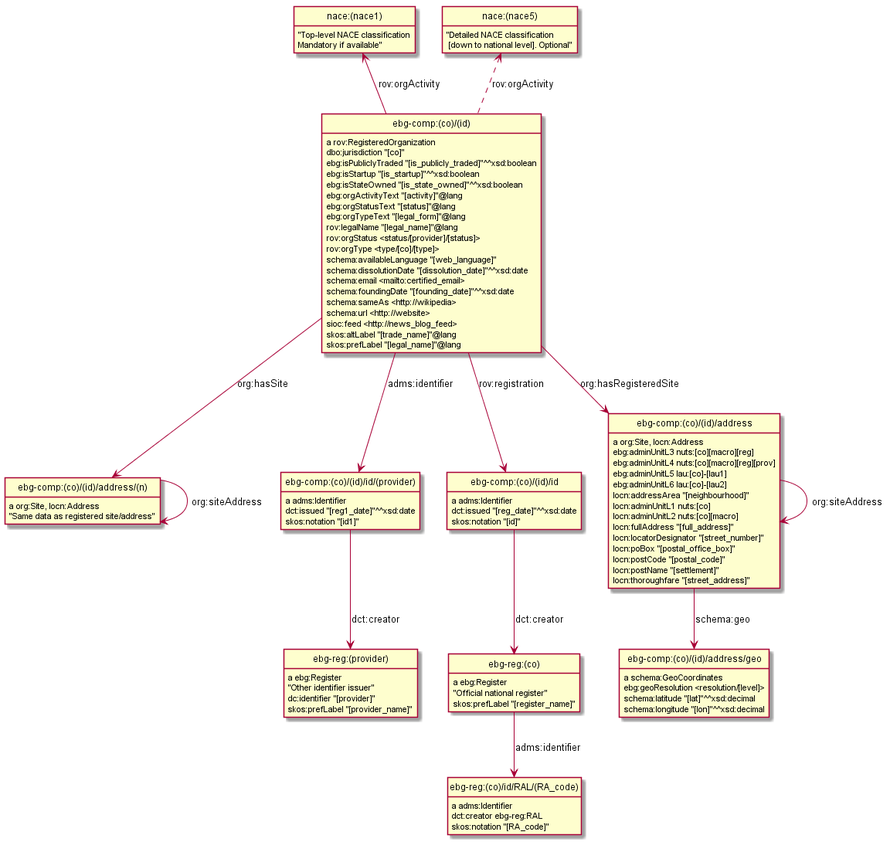
Above: model/company.png in euBusinessGraph/eubg-data (PlantUML), before the change.
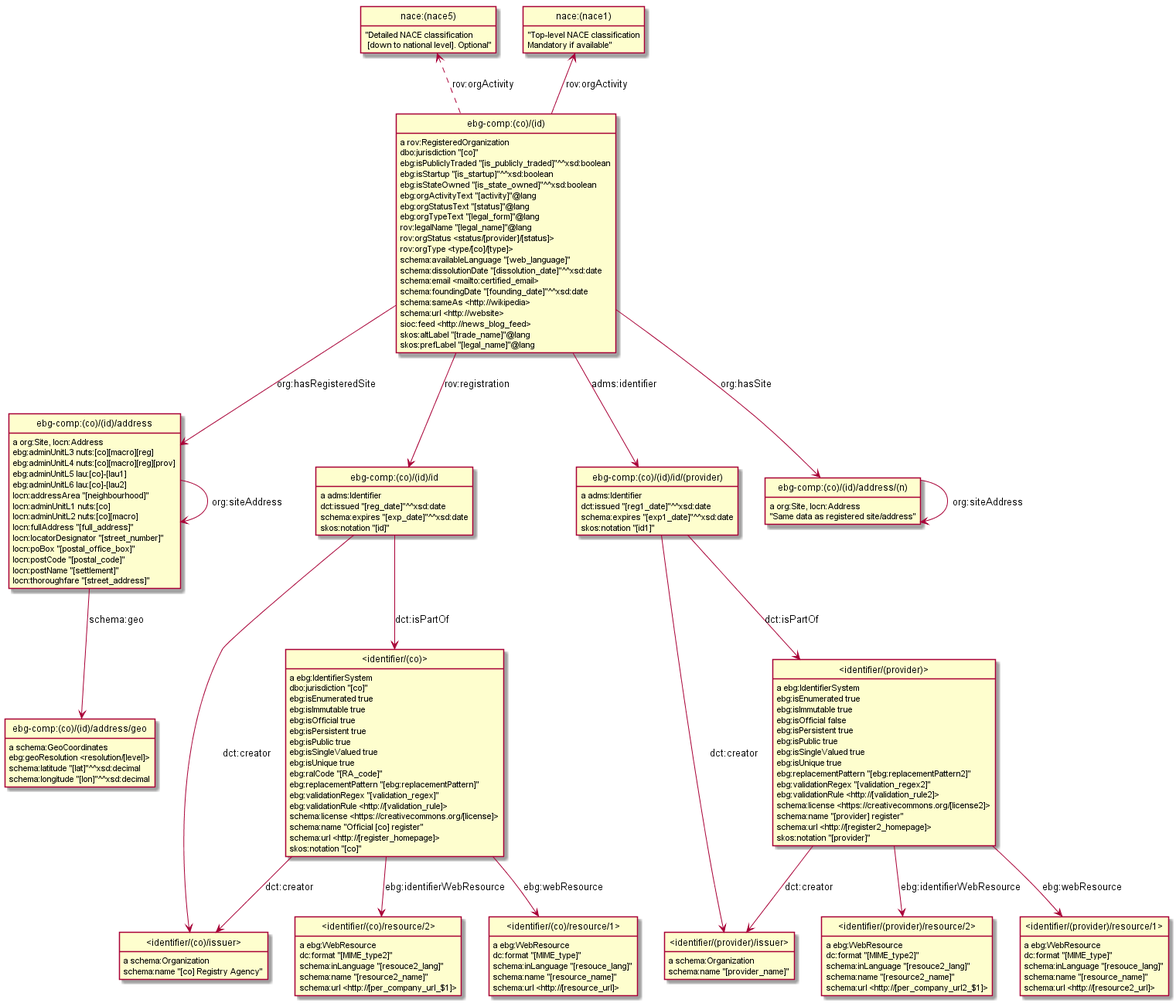
The same file after the commit.

The edit, as a diff of the source:
```diff
@@ -3,29 +3,20 @@
 hide empty attributes
 hide circle
 skinparam classAttributeIconSize 0
-class ebg_reg_co_ as "ebg-reg:(co)"
-ebg_reg_co_ : a ebg:Register
-class ebg_reg_co_id_RAL_RA_code_ as "ebg-reg:(co)/id/RAL/(RA_code)"
-ebg_reg_co_ --> ebg_reg_co_id_RAL_RA_code_ : adms:identifier
-ebg_reg_co_ :  "Official national register"
-ebg_reg_co_ : skos:prefLabel "[register_name]"
-ebg_reg_co_id_RAL_RA_code_ : a adms:Identifier
-ebg_reg_co_id_RAL_RA_code_ : dct:creator ebg-reg:RAL
-ebg_reg_co_id_RAL_RA_code_ : skos:notation "[RA_code]"
 class ebg_comp_co_id_ as "ebg-comp:(co)/(id)"
 ebg_comp_co_id_ : a rov:RegisteredOrganization
+class ebg_comp_co_id_address as "ebg-comp:(co)/(id)/address"
+ebg_comp_co_id_ --> ebg_comp_co_id_address : org:hasRegisteredSite
+class nace_nace1_ as "nace:(nace1)"
+ebg_comp_co_id_ -up-> nace_nace1_ : rov:orgActivity
+class ebg_comp_co_id_id as "ebg-comp:(co)/(id)/id"
+ebg_comp_co_id_ --> ebg_comp_co_id_id : rov:registration
+class ebg_comp_co_id_id_provider_ as "ebg-comp:(co)/(id)/id/(provider)"
+ebg_comp_co_id_ --> ebg_comp_co_id_id_provider_ : adms:identifier
 class ebg_comp_co_id_address_n_ as "ebg-comp:(co)/(id)/address/(n)"
 ebg_comp_co_id_ --> ebg_comp_co_id_address_n_ : org:hasSite
 class nace_nace5_ as "nace:(nace5)"
 ebg_comp_co_id_ .up.> nace_nace5_ : rov:orgActivity
-class ebg_comp_co_id_id_provider_ as "ebg-comp:(co)/(id)/id/(provider)"
-ebg_comp_co_id_ --> ebg_comp_co_id_id_provider_ : adms:identifier
-class ebg_comp_co_id_id as "ebg-comp:(co)/(id)/id"
-ebg_comp_co_id_ --> ebg_comp_co_id_id : rov:registration
-class ebg_comp_co_id_address as "ebg-comp:(co)/(id)/address"
-ebg_comp_co_id_ --> ebg_comp_co_id_address : org:hasRegisteredSite
-class nace_nace1_ as "nace:(nace1)"
-ebg_comp_co_id_ -up-> nace_nace1_ : rov:orgActivity
 ebg_comp_co_id_ : dbo:jurisdiction "[co]"
 ebg_comp_co_id_ : ebg:isPubliclyTraded "[is_publicly_traded]"^^xsd:boolean
 ebg_comp_co_id_ : ebg:isStartup "[is_startup]"^^xsd:boolean
@@ -45,21 +36,62 @@
 ebg_comp_co_id_ : sioc:feed <http://news_blog_feed>
 ebg_comp_co_id_ : skos:altLabel "[trade_name]"@lang
 ebg_comp_co_id_ : skos:prefLabel "[legal_name]"@lang
+class _identifier_co_resource_2_ as "<identifier/(co)/resource/2>"
+_identifier_co_resource_2_ : a ebg:WebResource
+_identifier_co_resource_2_ : dc:format "[MIME_type2]"
+_identifier_co_resource_2_ : schema:inLanguage "[resouce2_lang]"
+_identifier_co_resource_2_ : schema:name "[resource2_name]"
+_identifier_co_resource_2_ : schema:url <http://[per_company_url_$1]>
+nace_nace5_ :  "Detailed NACE classification\n [down to national level]. Optional"
+class _identifier_provider_issuer_ as "<identifier/(provider)/issuer>"
+_identifier_provider_issuer_ : a schema:Organization
+_identifier_provider_issuer_ : schema:name "[provider_name]"
+class _identifier_provider_resource_2_ as "<identifier/(provider)/resource/2>"
+_identifier_provider_resource_2_ : a ebg:WebResource
+_identifier_provider_resource_2_ : dc:format "[MIME_type2]"
+_identifier_provider_resource_2_ : schema:inLanguage "[resouce2_lang]"
+_identifier_provider_resource_2_ : schema:name "[resource2_name]"
+_identifier_provider_resource_2_ : schema:url <http://[per_company_url2_$1]>
 ebg_comp_co_id_id : a adms:Identifier
-ebg_comp_co_id_id --> ebg_reg_co_ : dct:creator
+class _identifier_co_issuer_ as "<identifier/(co)/issuer>"
+ebg_comp_co_id_id --> _identifier_co_issuer_ : dct:creator
+class _identifier_co_ as "<identifier/(co)>"
+ebg_comp_co_id_id --> _identifier_co_ : dct:isPartOf
 ebg_comp_co_id_id : dct:issued "[reg_date]"^^xsd:date
+ebg_comp_co_id_id : schema:expires "[exp_date]"^^xsd:date
 ebg_comp_co_id_id : skos:notation "[id]"
+_identifier_co_ : a ebg:IdentifierSystem
+class _identifier_co_resource_1_ as "<identifier/(co)/resource/1>"
+_identifier_co_ --> _identifier_co_resource_1_ : ebg:webResource
+_identifier_co_ --> _identifier_co_resource_2_ : ebg:identifierWebResource
+_identifier_co_ --> _identifier_co_issuer_ : dct:creator
+_identifier_co_ : dbo:jurisdiction "[co]"
+_identifier_co_ : ebg:isEnumerated true
+_identifier_co_ : ebg:isImmutable true
+_identifier_co_ : ebg:isOfficial true
+_identifier_co_ : ebg:isPersistent true
+_identifier_co_ : ebg:isPublic true
+_identifier_co_ : ebg:isSingleValued true
+_identifier_co_ : ebg:isUnique true
+_identifier_co_ : ebg:ralCode "[RA_code]"
+_identifier_co_ : ebg:replacementPattern "[ebg:replacementPattern]"
+_identifier_co_ : ebg:validationRegex "[validation_regex]"
+_identifier_co_ : ebg:validationRule <http://[validation_rule]>
+_identifier_co_ : schema:license <https://creativecommons.org/[license]>
+_identifier_co_ : schema:name "Official [co] register"
+_identifier_co_ : schema:url <http://[register_homepage]>
+_identifier_co_ : skos:notation "[co]"
 class ebg_comp_co_id_address_geo as "ebg-comp:(co)/(id)/address/geo"
 ebg_comp_co_id_address_geo : a schema:GeoCoordinates
 ebg_comp_co_id_address_geo : ebg:geoResolution <resolution/[level]>
 ebg_comp_co_id_address_geo : schema:latitude "[lat]"^^xsd:decimal
 ebg_comp_co_id_address_geo : schema:longitude "[lon]"^^xsd:decimal
-ebg_comp_co_id_id_provider_ : a adms:Identifier
-class ebg_reg_provider_ as "ebg-reg:(provider)"
-ebg_comp_co_id_id_provider_ --> ebg_reg_provider_ : dct:creator
-ebg_comp_co_id_id_provider_ : dct:issued "[reg1_date]"^^xsd:date
-ebg_comp_co_id_id_provider_ : skos:notation "[id1]"
-nace_nace1_ :  "Top-level NACE classification\nMandatory if available"
+class _identifier_provider_resource_1_ as "<identifier/(provider)/resource/1>"
+_identifier_provider_resource_1_ : a ebg:WebResource
+_identifier_provider_resource_1_ : dc:format "[MIME_type]"
+_identifier_provider_resource_1_ : schema:inLanguage "[resouce_lang]"
+_identifier_provider_resource_1_ : schema:name "[resource_name]"
+_identifier_provider_resource_1_ : schema:url <http://[resource2_url]>
 ebg_comp_co_id_address : a org:Site, locn:Address
 ebg_comp_co_id_address --> ebg_comp_co_id_address_geo : schema:geo
 ebg_comp_co_id_address --> ebg_comp_co_id_address : org:siteAddress
@@ -76,12 +108,40 @@
 ebg_comp_co_id_address : locn:postCode "[postal_code]"
 ebg_comp_co_id_address : locn:postName "[settlement]"
 ebg_comp_co_id_address : locn:thoroughfare "[street_address]"
-nace_nace5_ :  "Detailed NACE classification\n [down to national level]. Optional"
-ebg_reg_provider_ : a ebg:Register
-ebg_reg_provider_ :  "Other identifier issuer"
-ebg_reg_provider_ : dc:identifier "[provider]"
-ebg_reg_provider_ : skos:prefLabel "[provider_name]"
+ebg_comp_co_id_id_provider_ : a adms:Identifier
+class _identifier_provider_ as "<identifier/(provider)>"
+ebg_comp_co_id_id_provider_ --> _identifier_provider_ : dct:isPartOf
+ebg_comp_co_id_id_provider_ --> _identifier_provider_issuer_ : dct:creator
+ebg_comp_co_id_id_provider_ : dct:issued "[reg1_date]"^^xsd:date
+ebg_comp_co_id_id_provider_ : schema:expires "[exp1_date]"^^xsd:date
+ebg_comp_co_id_id_provider_ : skos:notation "[id1]"
+_identifier_provider_ : a ebg:IdentifierSystem
+_identifier_provider_ --> _identifier_provider_issuer_ : dct:creator
+_identifier_provider_ --> _identifier_provider_resource_2_ : ebg:identifierWebResource
+_identifier_provider_ --> _identifier_provider_resource_1_ : ebg:webResource
+_identifier_provider_ : ebg:isEnumerated true
+_identifier_provider_ : ebg:isImmutable true
+_identifier_provider_ : ebg:isOfficial false
+_identifier_provider_ : ebg:isPersistent true
+_identifier_provider_ : ebg:isPublic true
+_identifier_provider_ : ebg:isSingleValued true
+_identifier_provider_ : ebg:isUnique true
+_identifier_provider_ : ebg:replacementPattern "[ebg:replacementPattern2]"
+_identifier_provider_ : ebg:validationRegex "[validation_regex2]"
+_identifier_provider_ : ebg:validationRule <http://[validation_rule2]>
+_identifier_provider_ : schema:license <https://creativecommons.org/[license2]>
+_identifier_provider_ : schema:name "[provider] register"
+_identifier_provider_ : schema:url <http://[register2_homepage]>
+_identifier_provider_ : skos:notation "[provider]"
+_identifier_co_issuer_ : a schema:Organization
+_identifier_co_issuer_ : schema:name "[co] Registry Agency"
+nace_nace1_ :  "Top-level NACE classification\nMandatory if available"
 ebg_comp_co_id_address_n_ : a org:Site, locn:Address
 ebg_comp_co_id_address_n_ --> ebg_comp_co_id_address_n_ : org:siteAddress
 ebg_comp_co_id_address_n_ :  "Same data as registered site/address"
+_identifier_co_resource_1_ : a ebg:WebResource
+_identifier_co_resource_1_ : dc:format "[MIME_type]"
+_identifier_co_resource_1_ : schema:inLanguage "[resouce_lang]"
+_identifier_co_resource_1_ : schema:name "[resource_name]"
+_identifier_co_resource_1_ : schema:url <http://[resource_url]>
 @enduml
```
